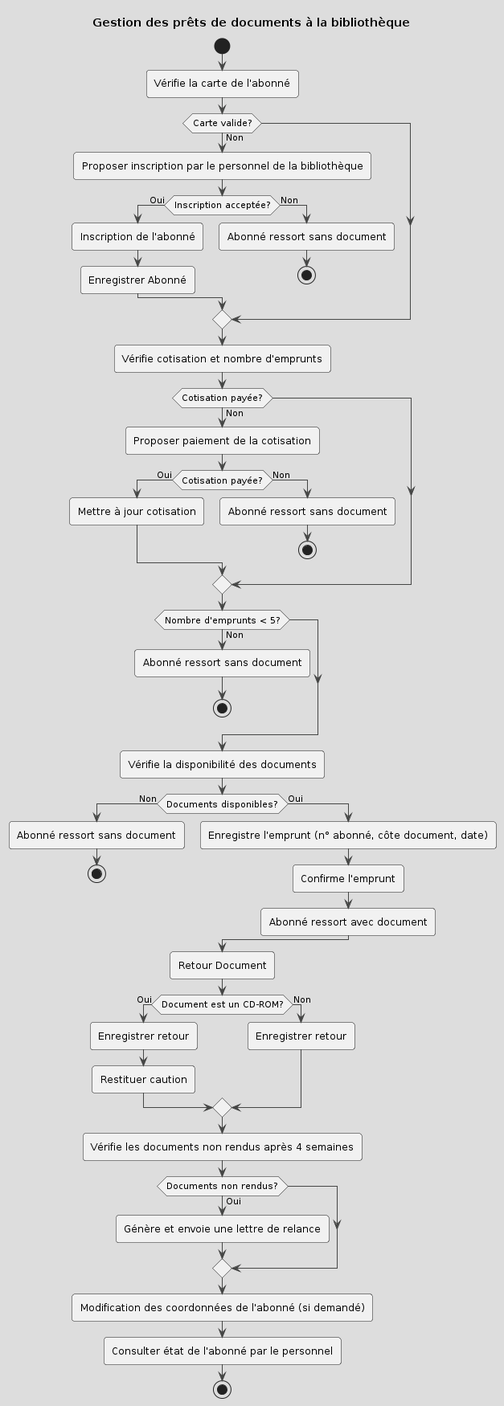
Earlier version of the PlantUML export asset/diagramme_activite.png (clemence95/CDA24178).
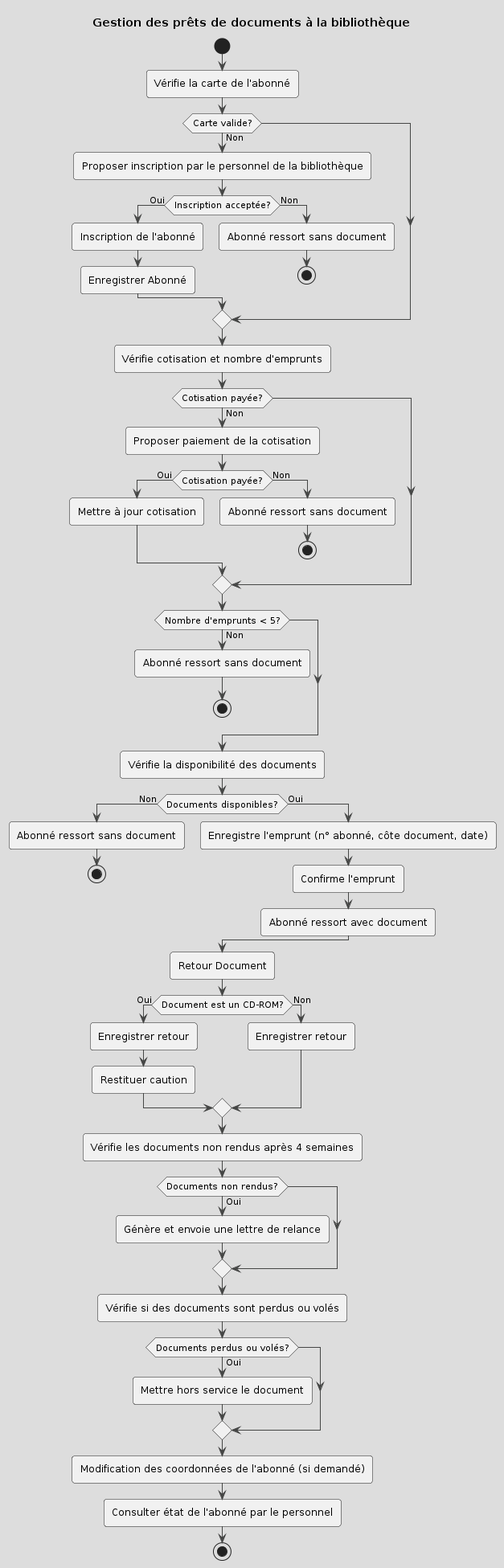
Above is the later version.

The edit, as a diff of the source:
```diff
@@ -58,6 +58,11 @@
     :Génère et envoie une lettre de relance;
 endif
 
+:Vérifie si des documents sont perdus ou volés;
+if (Documents perdus ou volés?) then (Oui)
+    :Mettre hors service le document;
+endif
+
 :Modification des coordonnées de l'abonné (si demandé);
 :Consulter état de l'abonné par le personnel;
 
```
